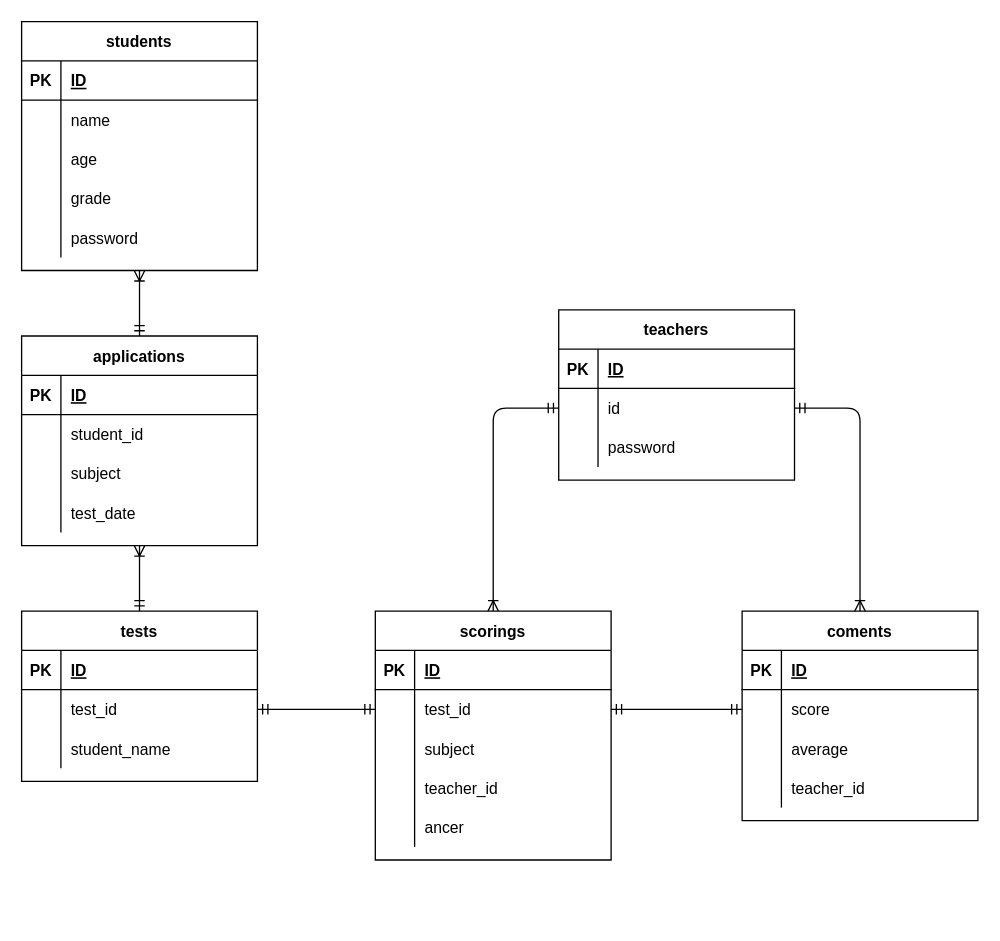
This is ER_diagram.drawio from SatoryoTK/DATABASEdesign, a draw.io file, before an edit. Source tidied: cells renumbered, new cells numbered last; positions are measured from the earlier drawing's top-left corner, leaving out a move shared by most shapes. Both pictures are drawn from the tidied source at 131%, with x=0, y=0 at pixel (21, 21).
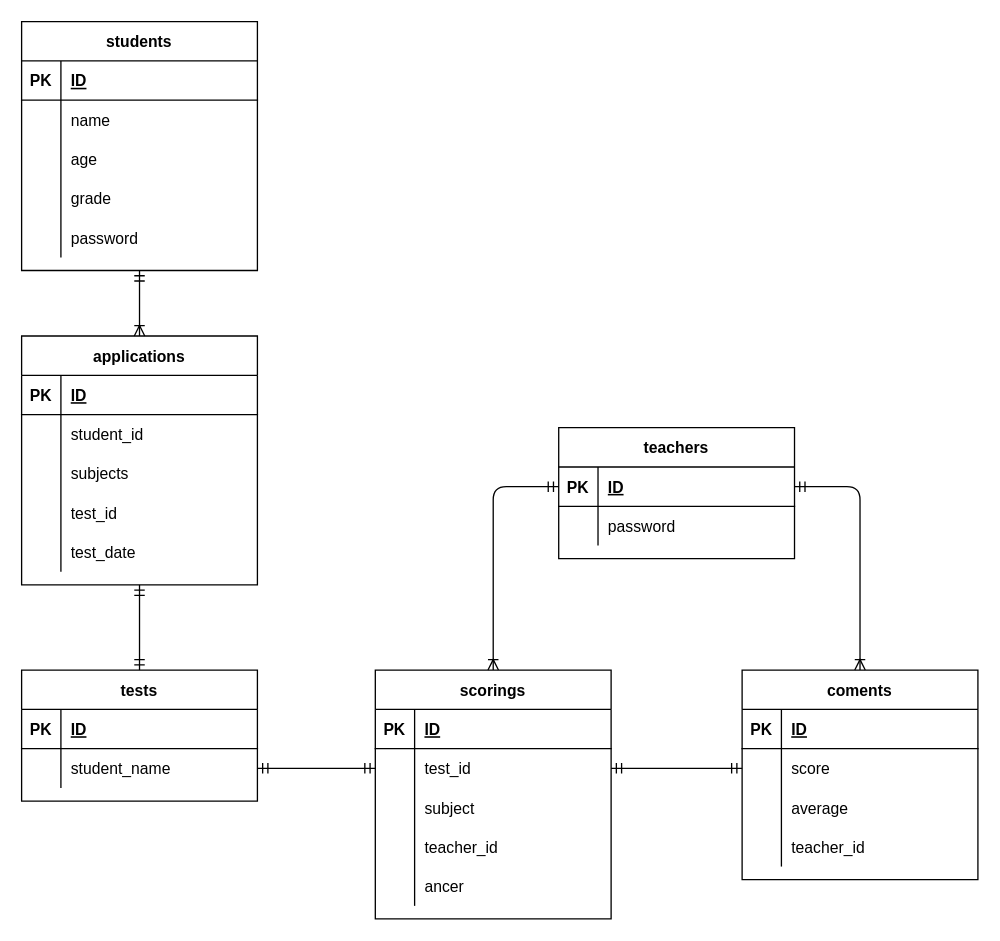
The same diagram, later.

The change refers to these unchanged cells:
```xml
<mxCell id="2" value="students" style="shape=table;startSize=30;childLayout=tableLayout;rowLines=0;fontStyle=1;align=center;" parent="1" vertex="1">
  <mxGeometry width="180" height="190" as="geometry" />
</mxCell>
<mxCell id="25" style="shape=partialRectangle;fillColor=none;top=0;left=0;bottom=0;right=0;" parent="18" vertex="1">
  <mxGeometry y="90" width="180" height="30" as="geometry" />
</mxCell>
<mxCell id="47" style="shape=partialRectangle;fillColor=none;top=0;left=0;bottom=0;right=0;points=[[0,0.5],[1,0.5]];portConstraint=eastwest;" parent="43" vertex="1">
  <mxGeometry y="60" width="180" height="30" as="geometry" />
</mxCell>
<mxCell id="73" style="shape=partialRectangle;fillColor=none;top=0;left=0;bottom=1;right=0;points=[[0,0.5],[1,0.5]];portConstraint=eastwest;" parent="72" vertex="1">
  <mxGeometry y="30" width="180" height="30" as="geometry" />
</mxCell>
```

What changed in the source:
```diff
@@
     <mxCell id="18" value="applications" style="shape=table;startSize=30;childLayout=tableLayout;rowLines=0;fontStyle=1;align=center;" parent="1" vertex="1">
-      <mxGeometry y="240" width="180" height="160" as="geometry" />
+      <mxGeometry y="240" width="180" height="190" as="geometry" />
     </mxCell>
@@
-    <mxCell id="27" value="subject" style="shape=partialRectangle;fillColor=none;top=0;left=0;bottom=0;right=0;align=left;spacingLeft=6;overflow=hidden;" parent="25" vertex="1">
+    <mxCell id="27" value="subjects" style="shape=partialRectangle;fillColor=none;top=0;left=0;bottom=0;right=0;align=left;spacingLeft=6;overflow=hidden;" parent="25" vertex="1">
       <mxGeometry x="30" width="150" height="30" as="geometry" />
     </mxCell>
+    <mxCell id="86" style="shape=partialRectangle;fillColor=none;top=0;left=0;bottom=0;right=0;" parent="18" vertex="1">
+      <mxGeometry y="120" width="180" height="30" as="geometry" />
+    </mxCell>
+    <mxCell id="87" style="shape=partialRectangle;fillColor=none;top=0;left=0;bottom=0;right=0;overflow=hidden;" parent="86" vertex="1">
+      <mxGeometry width="30" height="30" as="geometry" />
+    </mxCell>
+    <mxCell id="37" value="test_id" style="shape=partialRectangle;fillColor=none;top=0;left=0;bottom=0;right=0;align=left;spacingLeft=6;overflow=hidden;" parent="86" vertex="1">
+      <mxGeometry x="30" width="150" height="30" as="geometry" />
+    </mxCell>
     <mxCell id="28" style="shape=partialRectangle;fillColor=none;top=0;left=0;bottom=0;right=0;" parent="18" vertex="1">
-      <mxGeometry y="120" width="180" height="30" as="geometry" />
+      <mxGeometry y="150" width="180" height="30" as="geometry" />
     </mxCell>
@@
     <mxCell id="31" value="tests" style="shape=table;startSize=30;childLayout=tableLayout;rowLines=0;fontStyle=1;align=center;" parent="1" vertex="1">
-      <mxGeometry y="450" width="180" height="130" as="geometry" />
+      <mxGeometry y="495" width="180" height="100" as="geometry" />
     </mxCell>
@@
-    <mxCell id="35" style="shape=partialRectangle;fillColor=none;top=0;left=0;bottom=0;right=0;points=[[0,0.5],[1,0.5]];portConstraint=eastwest;" parent="31" vertex="1">
-      <mxGeometry y="60" width="180" height="30" as="geometry" />
-    </mxCell>
-    <mxCell id="36" style="shape=partialRectangle;fillColor=none;top=0;left=0;bottom=0;right=0;overflow=hidden;" parent="35" vertex="1">
-      <mxGeometry width="30" height="30" as="geometry" />
-    </mxCell>
-    <mxCell id="37" value="test_id" style="shape=partialRectangle;fillColor=none;top=0;left=0;bottom=0;right=0;align=left;spacingLeft=6;overflow=hidden;" parent="35" vertex="1">
-      <mxGeometry x="30" width="150" height="30" as="geometry" />
-    </mxCell>
     <mxCell id="38" style="shape=partialRectangle;fillColor=none;top=0;left=0;bottom=0;right=0;points=[[0,0.5],[1,0.5]];portConstraint=eastwest;" parent="31" vertex="1">
-      <mxGeometry y="90" width="180" height="30" as="geometry" />
+      <mxGeometry y="60" width="180" height="30" as="geometry" />
     </mxCell>
@@
-    <mxCell id="41" style="fontSize=12;html=1;endArrow=ERoneToMany;startArrow=ERmandOne;exitX=0.5;exitY=0;exitDx=0;exitDy=0;entryX=0.5;entryY=1;entryDx=0;entryDy=0;" parent="1" edge="1" source="18" target="2">
+    <mxCell id="41" style="fontSize=12;html=1;endArrow=ERoneToMany;startArrow=ERmandOne;exitX=0.5;exitY=1;exitDx=0;exitDy=0;entryX=0.5;entryY=0;entryDx=0;entryDy=0;" parent="1" edge="1" source="2" target="18">
       <mxGeometry relative="1" as="geometry" />
     </mxCell>
-    <mxCell id="42" style="fontSize=12;html=1;endArrow=ERoneToMany;startArrow=ERmandOne;exitX=0.5;exitY=0;exitDx=0;exitDy=0;entryX=0.5;entryY=1;entryDx=0;entryDy=0;" parent="1" edge="1" source="31" target="18">
-      <mxGeometry relative="1" as="geometry" />
-    </mxCell>
     <mxCell id="43" value="scorings" style="shape=table;startSize=30;childLayout=tableLayout;rowLines=0;fontStyle=1;align=center;" parent="1" vertex="1">
-      <mxGeometry x="270" y="450" width="180" height="190" as="geometry" />
+      <mxGeometry x="270" y="495" width="180" height="190" as="geometry" />
     </mxCell>
@@
     <mxCell id="59" value="coments" style="shape=table;startSize=30;childLayout=tableLayout;rowLines=0;fontStyle=1;align=center;" parent="1" vertex="1">
-      <mxGeometry x="550" y="450" width="180" height="160" as="geometry" />
+      <mxGeometry x="550" y="495" width="180" height="160" as="geometry" />
     </mxCell>
@@
     <mxCell id="72" value="teachers" style="shape=table;startSize=30;childLayout=tableLayout;rowLines=0;fontStyle=1;align=center;" parent="1" vertex="1">
-      <mxGeometry x="410" y="220" width="180" height="130" as="geometry" />
+      <mxGeometry x="410" y="310" width="180" height="100" as="geometry" />
     </mxCell>
@@
-    <mxCell id="76" style="shape=partialRectangle;fillColor=none;top=0;left=0;bottom=0;right=0;points=[[0,0.5],[1,0.5]];portConstraint=eastwest;" parent="72" vertex="1">
-      <mxGeometry y="60" width="180" height="30" as="geometry" />
-    </mxCell>
-    <mxCell id="77" style="shape=partialRectangle;fillColor=none;top=0;left=0;bottom=0;right=0;overflow=hidden;" parent="76" vertex="1">
-      <mxGeometry width="30" height="30" as="geometry" />
-    </mxCell>
-    <mxCell id="78" value="id" style="shape=partialRectangle;fillColor=none;top=0;left=0;bottom=0;right=0;align=left;spacingLeft=6;overflow=hidden;" parent="76" vertex="1">
-      <mxGeometry x="30" width="150" height="30" as="geometry" />
-    </mxCell>
     <mxCell id="79" style="shape=partialRectangle;fillColor=none;top=0;left=0;bottom=0;right=0;" parent="72" vertex="1">
-      <mxGeometry y="90" width="180" height="30" as="geometry" />
+      <mxGeometry y="60" width="180" height="30" as="geometry" />
     </mxCell>
@@
-    <mxCell id="83" style="edgeStyle=orthogonalEdgeStyle;fontSize=12;html=1;endArrow=ERoneToMany;startArrow=ERmandOne;entryX=0.5;entryY=0;entryDx=0;entryDy=0;exitX=0;exitY=0.5;exitDx=0;exitDy=0;" parent="1" edge="1" source="76" target="43">
-      <mxGeometry relative="1" as="geometry" />
+    <mxCell id="83" style="edgeStyle=orthogonalEdgeStyle;fontSize=12;html=1;endArrow=ERoneToMany;startArrow=ERmandOne;entryX=0.5;entryY=0;entryDx=0;entryDy=0;exitX=0;exitY=0.5;exitDx=0;exitDy=0;" parent="1" edge="1" source="73" target="43">
+      <mxGeometry relative="1" as="geometry">
+        <Array as="points">
+          <mxPoint x="360" y="355" />
+        </Array>
+      </mxGeometry>
     </mxCell>
-    <mxCell id="84" style="edgeStyle=orthogonalEdgeStyle;fontSize=12;html=1;endArrow=ERoneToMany;startArrow=ERmandOne;entryX=0.5;entryY=0;entryDx=0;entryDy=0;exitX=1;exitY=0.5;exitDx=0;exitDy=0;" parent="1" edge="1" source="76" target="59">
-      <mxGeometry relative="1" as="geometry" />
+    <mxCell id="84" style="edgeStyle=orthogonalEdgeStyle;fontSize=12;html=1;endArrow=ERoneToMany;startArrow=ERmandOne;entryX=0.5;entryY=0;entryDx=0;entryDy=0;exitX=1;exitY=0.5;exitDx=0;exitDy=0;" parent="1" edge="1" source="73" target="59">
+      <mxGeometry relative="1" as="geometry">
+        <Array as="points">
+          <mxPoint x="640" y="355" />
+        </Array>
+      </mxGeometry>
     </mxCell>
-    <mxCell id="85" style="edgeStyle=entityRelationEdgeStyle;fontSize=12;html=1;endArrow=ERmandOne;startArrow=ERmandOne;exitX=1;exitY=0.5;exitDx=0;exitDy=0;entryX=0;entryY=0.5;entryDx=0;entryDy=0;" parent="1" edge="1" source="35" target="47">
+    <mxCell id="85" style="edgeStyle=entityRelationEdgeStyle;fontSize=12;html=1;endArrow=ERmandOne;startArrow=ERmandOne;exitX=1;exitY=0.5;exitDx=0;exitDy=0;entryX=0;entryY=0.5;entryDx=0;entryDy=0;" parent="1" edge="1" source="38" target="47">
       <mxGeometry relative="1" as="geometry" />
     </mxCell>
+    <mxCell id="88" style="fontSize=12;html=1;endArrow=ERmandOne;startArrow=ERmandOne;exitX=0.5;exitY=1;exitDx=0;exitDy=0;entryX=0.5;entryY=0;entryDx=0;entryDy=0;" parent="1" edge="1" source="18" target="31">
+      <mxGeometry relative="1" as="geometry" />
+    </mxCell>
```
